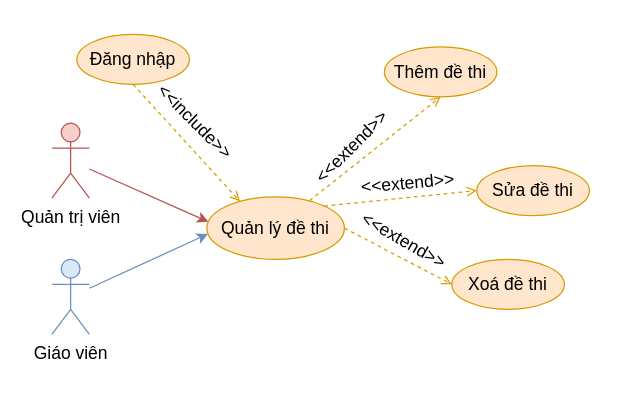
Earlier version of the draw.io diagram Documents/draw/usecase/phan-ra/quan-ly-de-thi.drawio (copecute/do-an-tot-nghiep). Source tidied: cells renumbered, new cells numbered last; positions are measured from the earlier drawing's top-left corner, leaving out a move shared by most shapes. Both pictures are drawn from the tidied source at 125%, with x=0, y=0 at pixel (51, 34).
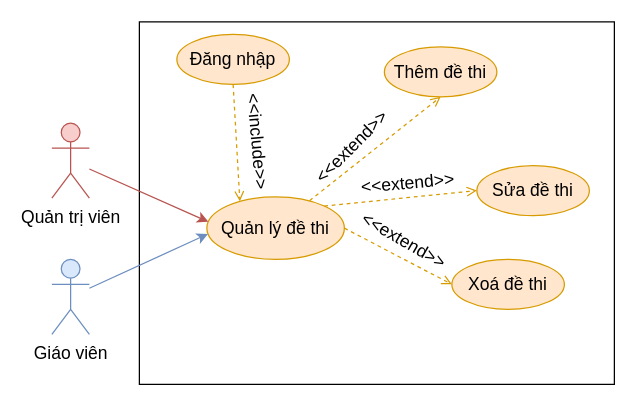
The same diagram, later.

What changed in the source:
```diff
@@
 <mxGraphModel>
   <root>
     <mxCell id="0" />
     <mxCell id="1" parent="0" />
+    <mxCell id="19" style="rounded=0;whiteSpace=wrap;html=1;" parent="1" vertex="1">
+      <mxGeometry x="70" y="-10" width="380" height="290" as="geometry" />
+    </mxCell>
     <mxCell id="2" value="Quản lý đề thi" style="ellipse;whiteSpace=wrap;html=1;fillColor=#ffe6cc;strokeColor=#d79b00;fontSize=14;" parent="1" vertex="1">
       <mxGeometry x="124" y="130" width="110" height="50" as="geometry" />
     </mxCell>
     <mxCell id="3" style="rounded=0;jettySize=auto;html=1;entryX=0.5;entryY=1;entryDx=0;entryDy=0;fillColor=#ffe6cc;strokeColor=#d79b00;exitX=0.747;exitY=0.061;exitDx=0;exitDy=0;exitPerimeter=0;dashed=1;fontSize=14;endArrow=open;endFill=0;" parent="1" edge="1" source="2" target="6">
       <mxGeometry relative="1" as="geometry" />
     </mxCell>
     <mxCell id="4" style="rounded=0;jettySize=auto;html=1;entryX=0;entryY=0.5;entryDx=0;entryDy=0;fillColor=#ffe6cc;strokeColor=#d79b00;exitX=1;exitY=0;exitDx=0;exitDy=0;dashed=1;fontSize=14;endArrow=open;endFill=0;" parent="1" edge="1" source="2" target="7">
       <mxGeometry relative="1" as="geometry" />
     </mxCell>
     <mxCell id="5" style="rounded=0;jettySize=auto;html=1;exitX=1;exitY=0.5;exitDx=0;exitDy=0;entryX=0;entryY=0.5;entryDx=0;entryDy=0;fillColor=#ffe6cc;strokeColor=#d79b00;dashed=1;fontSize=14;endArrow=open;endFill=0;" parent="1" edge="1" source="2" target="8">
       <mxGeometry relative="1" as="geometry" />
     </mxCell>
     <mxCell id="6" value="Thêm đề thi" style="ellipse;whiteSpace=wrap;html=1;fillColor=#ffe6cc;strokeColor=#d79b00;fontSize=14;" parent="1" vertex="1">
       <mxGeometry x="266" y="10" width="90" height="40" as="geometry" />
     </mxCell>
     <mxCell id="7" value="Sửa đề thi" style="ellipse;whiteSpace=wrap;html=1;fillColor=#ffe6cc;strokeColor=#d79b00;fontSize=14;" parent="1" vertex="1">
       <mxGeometry x="340" y="105" width="90" height="40" as="geometry" />
     </mxCell>
     <mxCell id="8" value="Xoá đề thi" style="ellipse;whiteSpace=wrap;html=1;fillColor=#ffe6cc;strokeColor=#d79b00;fontSize=14;" parent="1" vertex="1">
       <mxGeometry x="320" y="180" width="90" height="40" as="geometry" />
     </mxCell>
     <mxCell id="9" value="&lt;font style=&quot;font-size: 14px;&quot;&gt;&amp;lt;&amp;lt;extend&amp;gt;&amp;gt;&lt;/font&gt;" style="text;html=1;strokeColor=none;fillColor=none;align=center;verticalAlign=middle;whiteSpace=wrap;rounded=0;rotation=-45;fontSize=14;" parent="1" vertex="1">
       <mxGeometry x="210" y="75" width="60" height="30" as="geometry" />
     </mxCell>
     <mxCell id="10" value="&lt;font style=&quot;font-size: 14px;&quot;&gt;&amp;lt;&amp;lt;extend&amp;gt;&amp;gt;&lt;/font&gt;" style="text;html=1;strokeColor=none;fillColor=none;align=center;verticalAlign=middle;whiteSpace=wrap;rounded=0;rotation=-5;fontSize=14;" parent="1" vertex="1">
       <mxGeometry x="255" y="104" width="60" height="30" as="geometry" />
     </mxCell>
     <mxCell id="11" value="&lt;font style=&quot;font-size: 14px;&quot;&gt;&amp;lt;&amp;lt;extend&amp;gt;&amp;gt;&lt;/font&gt;" style="text;html=1;strokeColor=none;fillColor=none;align=center;verticalAlign=middle;whiteSpace=wrap;rounded=0;rotation=30;fontSize=14;" parent="1" vertex="1">
       <mxGeometry x="252" y="150" width="60" height="30" as="geometry" />
     </mxCell>
     <mxCell id="12" style="rounded=0;jettySize=auto;html=1;entryX=0.011;entryY=0.399;entryDx=0;entryDy=0;fillColor=#f8cecc;strokeColor=#b85450;fontSize=14;entryPerimeter=0;" parent="1" edge="1" source="13" target="2">
       <mxGeometry relative="1" as="geometry" />
     </mxCell>
     <mxCell id="13" value="Quản trị viên" style="shape=umlActor;verticalLabelPosition=bottom;verticalAlign=top;html=1;outlineConnect=0;fillColor=#f8cecc;strokeColor=#b85450;fontSize=14;" parent="1" vertex="1">
       <mxGeometry y="71" width="30" height="60" as="geometry" />
     </mxCell>
     <mxCell id="14" style="rounded=0;jettySize=auto;html=1;entryX=0.24;entryY=0.072;entryDx=0;entryDy=0;fillColor=#ffe6cc;strokeColor=#d79b00;endArrow=open;endFill=0;dashed=1;exitX=0.5;exitY=1;exitDx=0;exitDy=0;entryPerimeter=0;" parent="1" edge="1" source="15" target="2">
       <mxGeometry relative="1" as="geometry" />
     </mxCell>
     <mxCell id="15" value="Đăng nhập" style="ellipse;whiteSpace=wrap;html=1;fillColor=#ffe6cc;strokeColor=#d79b00;fontSize=14;" parent="1" vertex="1">
-      <mxGeometry x="20" width="90" height="40" as="geometry" />
+      <mxGeometry x="100" width="90" height="40" as="geometry" />
     </mxCell>
-    <mxCell id="16" value="&lt;font&gt;&amp;lt;&amp;lt;include&amp;gt;&amp;gt;&lt;/font&gt;" style="text;html=1;strokeColor=none;fillColor=none;align=center;verticalAlign=middle;whiteSpace=wrap;rounded=0;rotation=45;fontSize=14;" parent="1" vertex="1">
-      <mxGeometry x="85" y="55" width="60" height="30" as="geometry" />
+    <mxCell id="16" value="&lt;font&gt;&amp;lt;&amp;lt;include&amp;gt;&amp;gt;&lt;/font&gt;" style="text;html=1;strokeColor=none;fillColor=none;align=center;verticalAlign=middle;whiteSpace=wrap;rounded=0;rotation=85;fontSize=14;" parent="1" vertex="1">
+      <mxGeometry x="135" y="71" width="60" height="30" as="geometry" />
     </mxCell>
     <mxCell id="17" style="rounded=0;jettySize=auto;html=1;entryX=0.008;entryY=0.593;entryDx=0;entryDy=0;fillColor=#dae8fc;strokeColor=#6c8ebf;entryPerimeter=0;" parent="1" edge="1" source="18" target="2">
       <mxGeometry relative="1" as="geometry" />
     </mxCell>
     <mxCell id="18" value="Giáo viên" style="shape=umlActor;verticalLabelPosition=bottom;verticalAlign=top;html=1;outlineConnect=0;fillColor=#dae8fc;strokeColor=#6c8ebf;fontSize=14;" parent="1" vertex="1">
       <mxGeometry y="180" width="30" height="60" as="geometry" />
     </mxCell>
   </root>
 </mxGraphModel>
```
